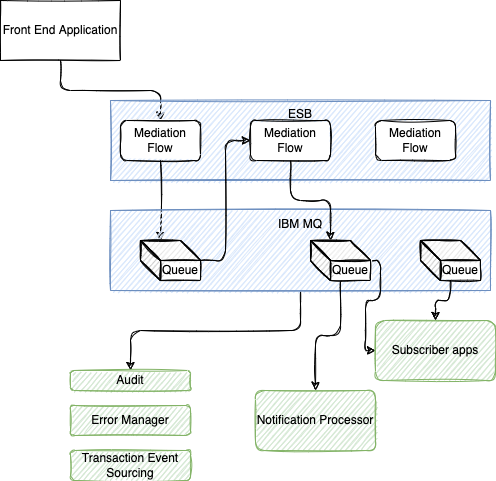
This is docs/images/existing.png from jbcodeforce/life-insurance-demo, a draw.io export, as it was before one commit. Source tidied: cells renumbered, new cells last; positions are measured from the earlier drawing's top-left corner, leaving out a move shared by most shapes. Its diagram source:
```xml
<mxGraphModel>
  <root>
    <mxCell id="0" />
    <mxCell id="1" parent="0" />
    <mxCell id="2" style="edgeStyle=orthogonalEdgeStyle;html=1;entryX=0.5;entryY=0;entryDx=0;entryDy=0;sketch=1;" parent="1" edge="1" source="3" target="6">
      <mxGeometry relative="1" as="geometry" />
    </mxCell>
    <mxCell id="3" value="Front End Application" style="rounded=0;whiteSpace=wrap;html=1;sketch=1;" parent="1" vertex="1">
      <mxGeometry width="120" height="60" as="geometry" />
    </mxCell>
    <mxCell id="4" value="ESB" style="rounded=0;whiteSpace=wrap;html=1;verticalAlign=top;sketch=1;fillColor=#dae8fc;strokeColor=#6c8ebf;" parent="1" vertex="1">
      <mxGeometry x="110" y="100" width="380" height="80" as="geometry" />
    </mxCell>
    <mxCell id="5" style="edgeStyle=orthogonalEdgeStyle;sketch=1;html=1;entryX=0;entryY=0;entryDx=20;entryDy=0;entryPerimeter=0;" parent="1" edge="1" source="6" target="10">
      <mxGeometry relative="1" as="geometry" />
    </mxCell>
    <mxCell id="6" value="Mediation Flow" style="rounded=1;whiteSpace=wrap;html=1;sketch=1;" parent="1" vertex="1">
      <mxGeometry x="120" y="120" width="80" height="40" as="geometry" />
    </mxCell>
    <mxCell id="7" style="edgeStyle=orthogonalEdgeStyle;sketch=1;html=1;entryX=0.5;entryY=0;entryDx=0;entryDy=0;" parent="1" edge="1" source="8" target="20">
      <mxGeometry relative="1" as="geometry" />
    </mxCell>
    <mxCell id="8" value="IBM MQ" style="rounded=0;whiteSpace=wrap;html=1;verticalAlign=top;sketch=1;fillColor=#dae8fc;strokeColor=#6c8ebf;" parent="1" vertex="1">
      <mxGeometry x="110" y="210" width="380" height="80" as="geometry" />
    </mxCell>
    <mxCell id="9" style="edgeStyle=orthogonalEdgeStyle;sketch=1;html=1;entryX=0;entryY=0.5;entryDx=0;entryDy=0;" parent="1" edge="1" source="10" target="12">
      <mxGeometry relative="1" as="geometry" />
    </mxCell>
    <mxCell id="10" value="Queue" style="shape=cube;whiteSpace=wrap;html=1;boundedLbl=1;backgroundOutline=1;darkOpacity=0.05;darkOpacity2=0.1;sketch=1;" parent="1" vertex="1">
      <mxGeometry x="140" y="240" width="60" height="40" as="geometry" />
    </mxCell>
    <mxCell id="11" style="edgeStyle=orthogonalEdgeStyle;sketch=1;html=1;entryX=0;entryY=0;entryDx=20;entryDy=0;entryPerimeter=0;" parent="1" edge="1" source="12" target="15">
      <mxGeometry relative="1" as="geometry" />
    </mxCell>
    <mxCell id="12" value="Mediation Flow" style="rounded=1;whiteSpace=wrap;html=1;sketch=1;" parent="1" vertex="1">
      <mxGeometry x="250" y="120" width="80" height="40" as="geometry" />
    </mxCell>
    <mxCell id="13" style="edgeStyle=orthogonalEdgeStyle;sketch=1;html=1;entryX=0;entryY=0.5;entryDx=0;entryDy=0;" parent="1" edge="1" source="15" target="18">
      <mxGeometry relative="1" as="geometry" />
    </mxCell>
    <mxCell id="14" style="edgeStyle=orthogonalEdgeStyle;sketch=1;html=1;" parent="1" edge="1" source="15" target="19">
      <mxGeometry relative="1" as="geometry" />
    </mxCell>
    <mxCell id="15" value="Queue" style="shape=cube;whiteSpace=wrap;html=1;boundedLbl=1;backgroundOutline=1;darkOpacity=0.05;darkOpacity2=0.1;sketch=1;" parent="1" vertex="1">
      <mxGeometry x="310" y="240" width="60" height="40" as="geometry" />
    </mxCell>
    <mxCell id="16" style="edgeStyle=orthogonalEdgeStyle;sketch=1;html=1;" parent="1" edge="1" source="17" target="18">
      <mxGeometry relative="1" as="geometry" />
    </mxCell>
    <mxCell id="17" value="Queue" style="shape=cube;whiteSpace=wrap;html=1;boundedLbl=1;backgroundOutline=1;darkOpacity=0.05;darkOpacity2=0.1;sketch=1;" parent="1" vertex="1">
      <mxGeometry x="420" y="240" width="60" height="40" as="geometry" />
    </mxCell>
    <mxCell id="18" value="Subscriber apps" style="rounded=1;whiteSpace=wrap;html=1;sketch=1;fillColor=#d5e8d4;strokeColor=#82b366;" parent="1" vertex="1">
      <mxGeometry x="375" y="320" width="120" height="60" as="geometry" />
    </mxCell>
    <mxCell id="19" value="Notification Processor" style="rounded=1;whiteSpace=wrap;html=1;sketch=1;fillColor=#d5e8d4;strokeColor=#82b366;" parent="1" vertex="1">
      <mxGeometry x="255" y="390" width="120" height="60" as="geometry" />
    </mxCell>
    <mxCell id="20" value="Audit" style="rounded=1;whiteSpace=wrap;html=1;sketch=1;fillColor=#d5e8d4;strokeColor=#82b366;" parent="1" vertex="1">
      <mxGeometry x="70" y="370" width="120" height="20" as="geometry" />
    </mxCell>
    <mxCell id="21" value="Mediation Flow" style="rounded=1;whiteSpace=wrap;html=1;sketch=1;" parent="1" vertex="1">
      <mxGeometry x="375" y="120" width="80" height="40" as="geometry" />
    </mxCell>
    <mxCell id="22" value="Error Manager" style="rounded=1;whiteSpace=wrap;html=1;sketch=1;fillColor=#d5e8d4;strokeColor=#82b366;" parent="1" vertex="1">
      <mxGeometry x="70" y="405" width="120" height="30" as="geometry" />
    </mxCell>
    <mxCell id="23" value="Transaction Event Sourcing" style="rounded=1;whiteSpace=wrap;html=1;sketch=1;fillColor=#d5e8d4;strokeColor=#82b366;" parent="1" vertex="1">
      <mxGeometry x="70" y="450" width="120" height="30" as="geometry" />
    </mxCell>
  </root>
</mxGraphModel>
```
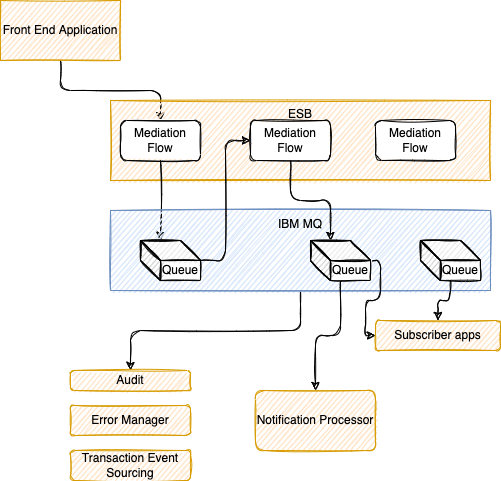
Above is the later version.

The edit, as a diff of the source:
```diff
@@ -5,10 +5,10 @@
     <mxCell id="2" style="edgeStyle=orthogonalEdgeStyle;html=1;entryX=0.5;entryY=0;entryDx=0;entryDy=0;sketch=1;" parent="1" edge="1" source="3" target="6">
       <mxGeometry relative="1" as="geometry" />
     </mxCell>
-    <mxCell id="3" value="Front End Application" style="rounded=0;whiteSpace=wrap;html=1;sketch=1;" parent="1" vertex="1">
+    <mxCell id="3" value="Front End Application" style="rounded=0;whiteSpace=wrap;html=1;sketch=1;fillColor=#ffe6cc;strokeColor=#d79b00;" parent="1" vertex="1">
       <mxGeometry width="120" height="60" as="geometry" />
     </mxCell>
-    <mxCell id="4" value="ESB" style="rounded=0;whiteSpace=wrap;html=1;verticalAlign=top;sketch=1;fillColor=#dae8fc;strokeColor=#6c8ebf;" parent="1" vertex="1">
+    <mxCell id="4" value="ESB" style="rounded=0;whiteSpace=wrap;html=1;verticalAlign=top;sketch=1;fillColor=#ffe6cc;strokeColor=#d79b00;" parent="1" vertex="1">
       <mxGeometry x="110" y="100" width="380" height="80" as="geometry" />
     </mxCell>
     <mxCell id="5" style="edgeStyle=orthogonalEdgeStyle;sketch=1;html=1;entryX=0;entryY=0;entryDx=20;entryDy=0;entryPerimeter=0;" parent="1" edge="1" source="6" target="10">
@@ -50,22 +50,22 @@
     <mxCell id="17" value="Queue" style="shape=cube;whiteSpace=wrap;html=1;boundedLbl=1;backgroundOutline=1;darkOpacity=0.05;darkOpacity2=0.1;sketch=1;" parent="1" vertex="1">
       <mxGeometry x="420" y="240" width="60" height="40" as="geometry" />
     </mxCell>
-    <mxCell id="18" value="Subscriber apps" style="rounded=1;whiteSpace=wrap;html=1;sketch=1;fillColor=#d5e8d4;strokeColor=#82b366;" parent="1" vertex="1">
-      <mxGeometry x="375" y="320" width="120" height="60" as="geometry" />
+    <mxCell id="18" value="Subscriber apps" style="rounded=1;whiteSpace=wrap;html=1;sketch=1;fillColor=#ffe6cc;strokeColor=#d79b00;" parent="1" vertex="1">
+      <mxGeometry x="375" y="320" width="125" height="30" as="geometry" />
     </mxCell>
-    <mxCell id="19" value="Notification Processor" style="rounded=1;whiteSpace=wrap;html=1;sketch=1;fillColor=#d5e8d4;strokeColor=#82b366;" parent="1" vertex="1">
+    <mxCell id="19" value="Notification Processor" style="rounded=1;whiteSpace=wrap;html=1;sketch=1;fillColor=#ffe6cc;strokeColor=#d79b00;" parent="1" vertex="1">
       <mxGeometry x="255" y="390" width="120" height="60" as="geometry" />
     </mxCell>
-    <mxCell id="20" value="Audit" style="rounded=1;whiteSpace=wrap;html=1;sketch=1;fillColor=#d5e8d4;strokeColor=#82b366;" parent="1" vertex="1">
+    <mxCell id="20" value="Audit" style="rounded=1;whiteSpace=wrap;html=1;sketch=1;fillColor=#ffe6cc;strokeColor=#d79b00;" parent="1" vertex="1">
       <mxGeometry x="70" y="370" width="120" height="20" as="geometry" />
     </mxCell>
     <mxCell id="21" value="Mediation Flow" style="rounded=1;whiteSpace=wrap;html=1;sketch=1;" parent="1" vertex="1">
       <mxGeometry x="375" y="120" width="80" height="40" as="geometry" />
     </mxCell>
-    <mxCell id="22" value="Error Manager" style="rounded=1;whiteSpace=wrap;html=1;sketch=1;fillColor=#d5e8d4;strokeColor=#82b366;" parent="1" vertex="1">
+    <mxCell id="22" value="Error Manager" style="rounded=1;whiteSpace=wrap;html=1;sketch=1;fillColor=#ffe6cc;strokeColor=#d79b00;" parent="1" vertex="1">
       <mxGeometry x="70" y="405" width="120" height="30" as="geometry" />
     </mxCell>
-    <mxCell id="23" value="Transaction Event Sourcing" style="rounded=1;whiteSpace=wrap;html=1;sketch=1;fillColor=#d5e8d4;strokeColor=#82b366;" parent="1" vertex="1">
+    <mxCell id="23" value="Transaction Event Sourcing" style="rounded=1;whiteSpace=wrap;html=1;sketch=1;fillColor=#ffe6cc;strokeColor=#d79b00;" parent="1" vertex="1">
       <mxGeometry x="70" y="450" width="120" height="30" as="geometry" />
     </mxCell>
   </root>
```
